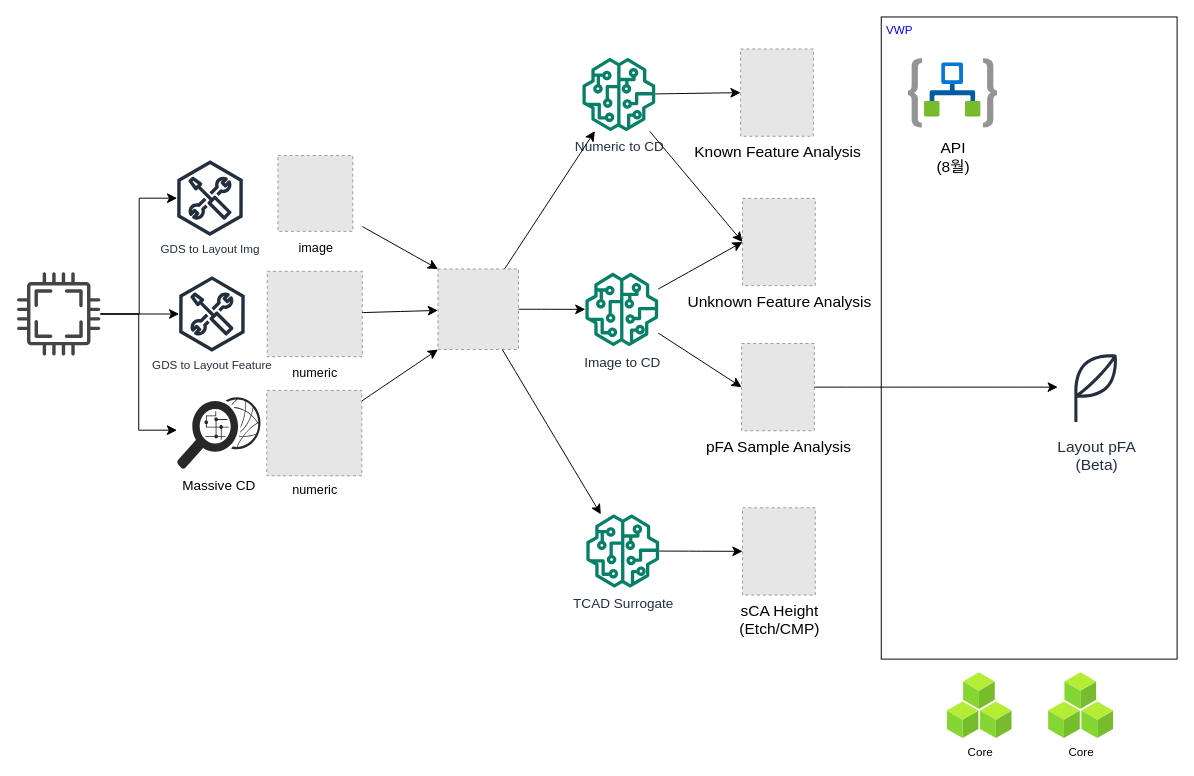
Earlier version of the draw.io diagram page "페이지-2" (2 of 3) of DFM.drawio.xml (with2say/swarchitect). Source tidied: cells renumbered, new cells numbered last; positions are measured from the earlier drawing's top-left corner, leaving out a move shared by most shapes. Both pictures are drawn from the tidied source at 97%, with x=0, y=0 at pixel (16, 16). Pictures stored in the file or linked from it are replaced by grey dashed boxes.
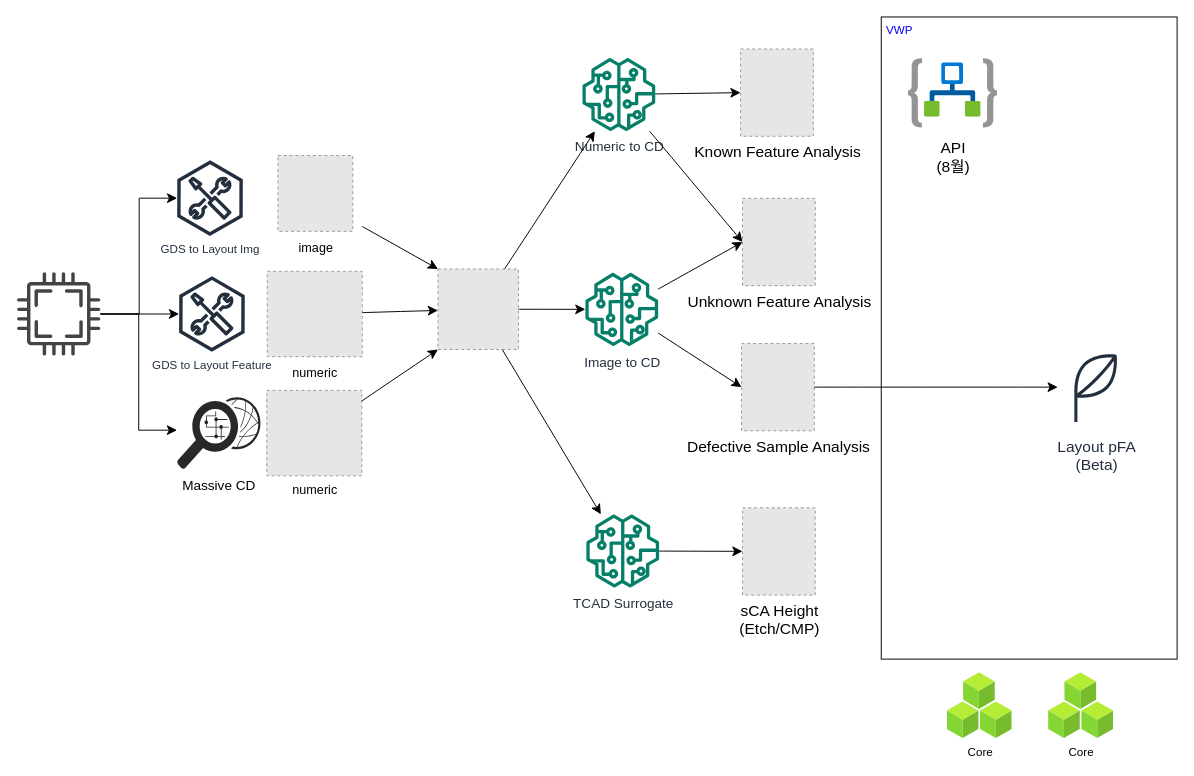
After the change.

The edit, as a diff of the source:
```diff
@@
-    <mxCell id="24" value="pFA Sample Analysis" style="fillColor=#E6E6E6;strokeColor=#999999;dashed=1;html=1;verticalLabelPosition=bottom;labelBackgroundColor=#ffffff;verticalAlign=top;fontSize=16;" parent="1" vertex="1">
+    <mxCell id="24" value="Defective Sample Analysis" style="fillColor=#E6E6E6;strokeColor=#999999;dashed=1;html=1;verticalLabelPosition=bottom;labelBackgroundColor=#ffffff;verticalAlign=top;fontSize=16;" parent="1" vertex="1">
       <mxGeometry x="747" y="336.6" width="75" height="90" as="geometry" />
     </mxCell>
```
